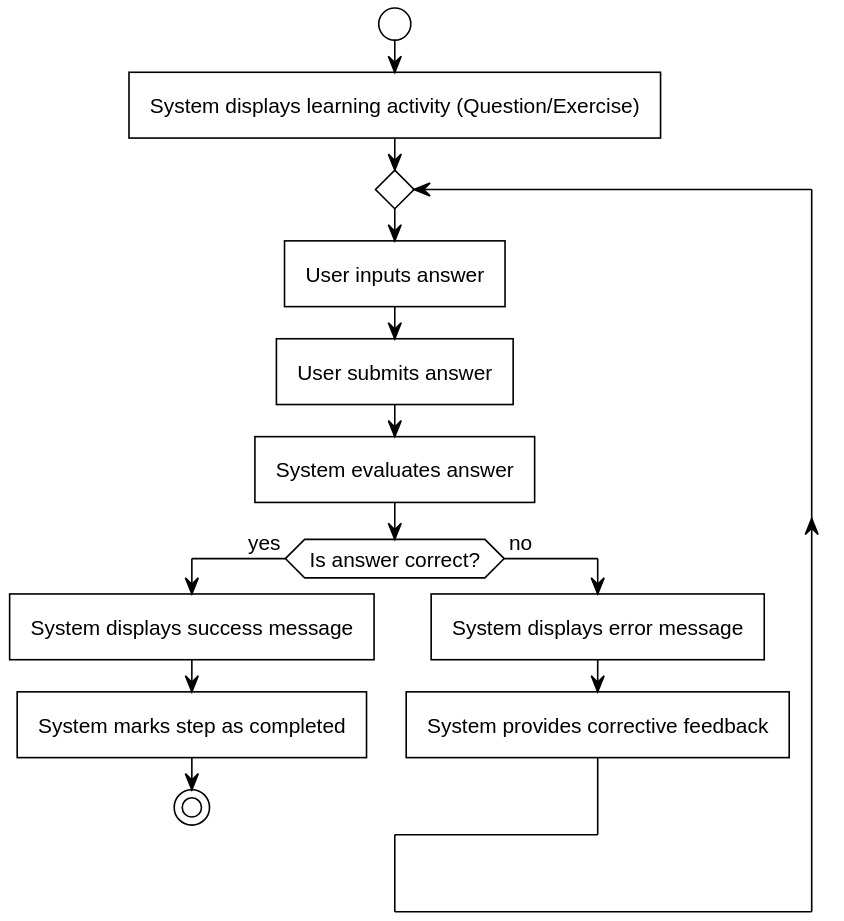
Before: out/Analysis/ActivityDIagrams/CompleteLearningActivity/CompleteLearningActivity.svg, a diagram exported from PlantUML (SEPCheesecakeFactory/SEP3).
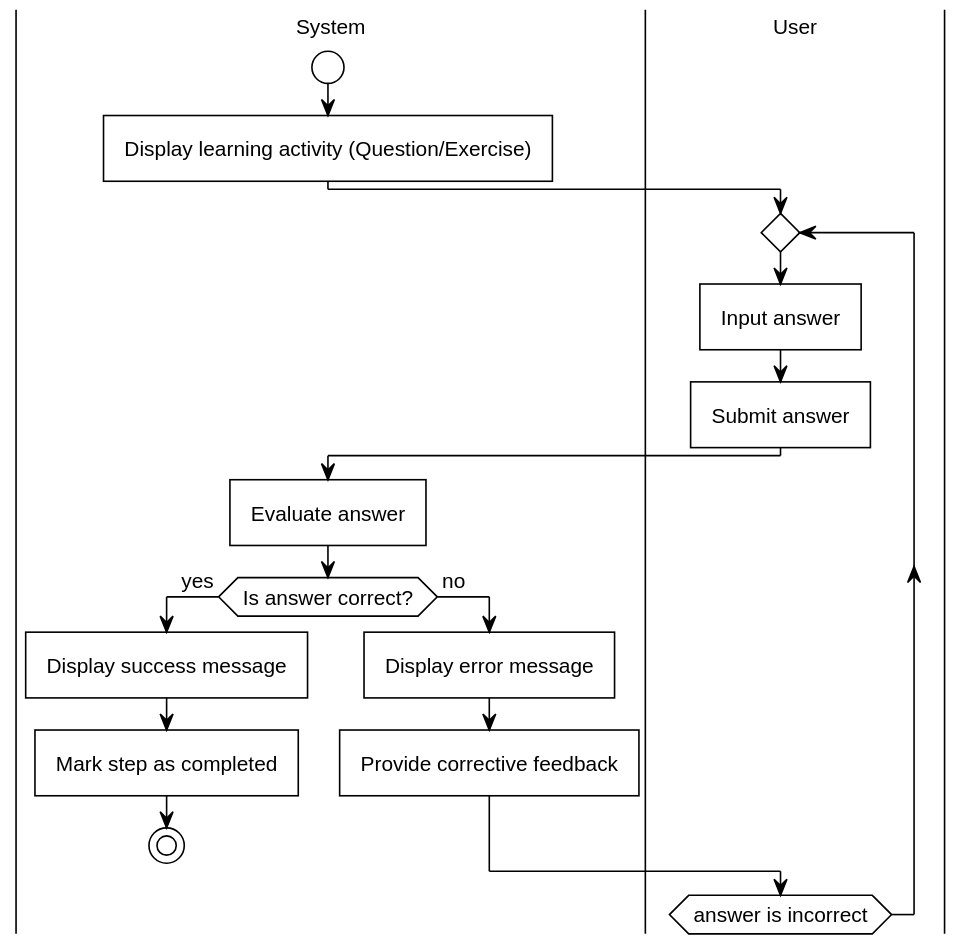
The same diagram one commit later.

Change to the diagram source:
```diff
@@ -1,19 +1,23 @@
 @startuml
 !include https://raw.githubusercontent.com/fredoslav2004/MinimalThemePUML/refs/heads/main/minimal-theme.puml
+|System|
 start
-:System displays learning activity (Question/Exercise);
+:Display learning activity (Question/Exercise);
+|User|
 repeat
-:User inputs answer;
-:User submits answer;
-:System evaluates answer;
+:Input answer;
+:Submit answer;
+|System|
+:Evaluate answer;
 
 if (Is answer correct?) then (yes)
-    :System displays success message;
-    :System marks step as completed;
+    :Display success message;
+    :Mark step as completed;
     stop
 else (no)
-    :System displays error message;
-    :System provides corrective feedback;
+    :Display error message;
+    :Provide corrective feedback;
 endif
-repeat while
+|User|
+repeat while (answer is incorrect)
 @enduml
```
